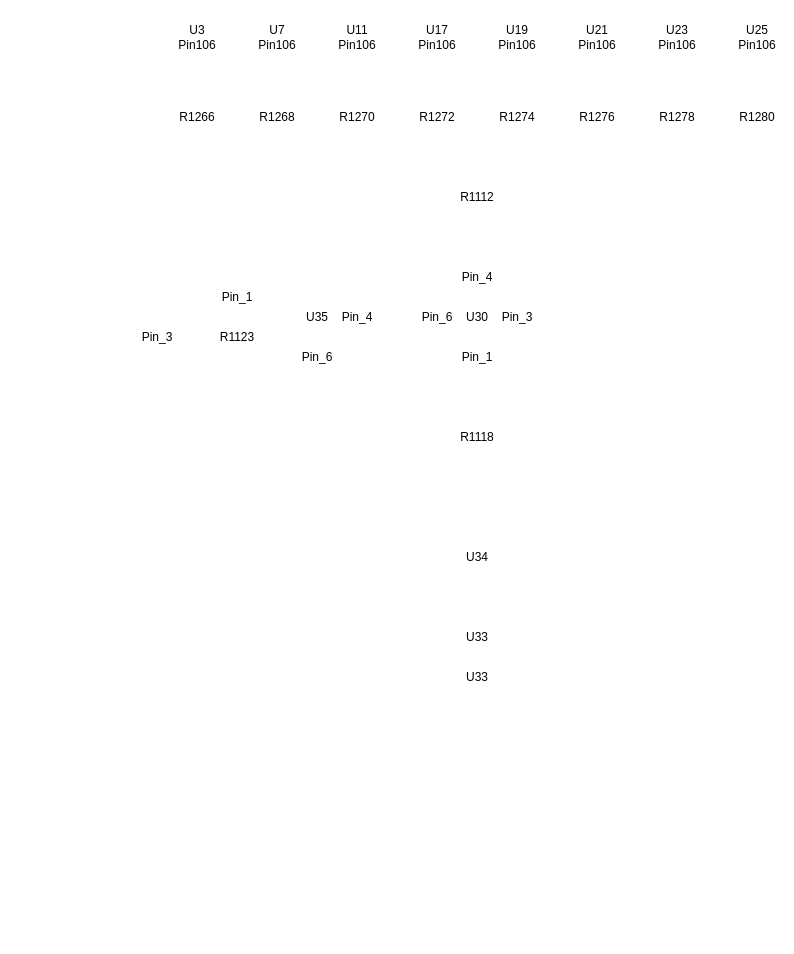
Before: AI_QC.drawio in lkebnl/Draw_IO, a draw.io diagram. Source tidied: cells renumbered, new cells numbered last; positions are measured from the earlier drawing's top-left corner, leaving out a move shared by most shapes. Both pictures are drawn from the tidied source at 100%, with x=0, y=0 at pixel (137, 17).
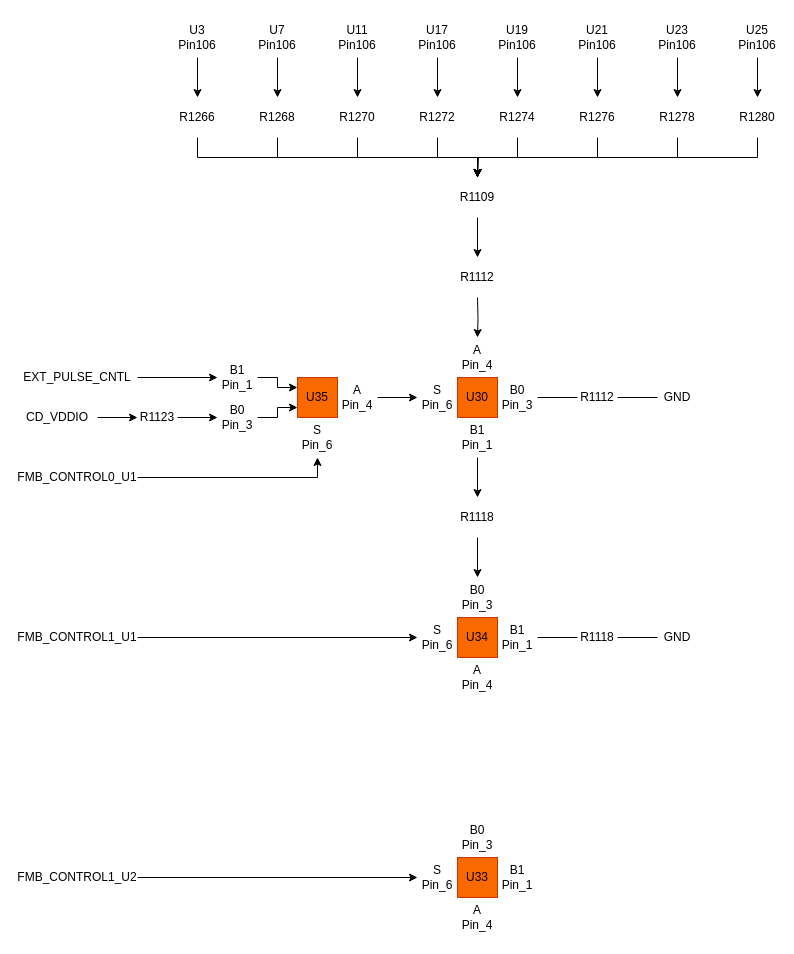
The same diagram, later.

The change refers to these unchanged cells:
```xml
<mxCell id="2" value="U3&lt;div&gt;Pin106&lt;/div&gt;" style="text;html=1;align=center;verticalAlign=middle;whiteSpace=wrap;rounded=0;" parent="1" vertex="1">
  <mxGeometry x="40" width="40" height="40" as="geometry" />
</mxCell>
<mxCell id="3" value="U7&lt;div&gt;Pin106&lt;/div&gt;" style="text;html=1;align=center;verticalAlign=middle;whiteSpace=wrap;rounded=0;" parent="1" vertex="1">
  <mxGeometry x="120" width="40" height="40" as="geometry" />
</mxCell>
<mxCell id="4" value="U11&lt;div&gt;Pin106&lt;/div&gt;" style="text;html=1;align=center;verticalAlign=middle;whiteSpace=wrap;rounded=0;" parent="1" vertex="1">
  <mxGeometry x="200" width="40" height="40" as="geometry" />
</mxCell>
<mxCell id="5" value="U17&lt;div&gt;Pin106&lt;/div&gt;" style="text;html=1;align=center;verticalAlign=middle;whiteSpace=wrap;rounded=0;" parent="1" vertex="1">
  <mxGeometry x="280" width="40" height="40" as="geometry" />
</mxCell>
<mxCell id="6" value="U19&lt;div&gt;Pin106&lt;/div&gt;" style="text;html=1;align=center;verticalAlign=middle;whiteSpace=wrap;rounded=0;" parent="1" vertex="1">
  <mxGeometry x="360" width="40" height="40" as="geometry" />
</mxCell>
<mxCell id="7" value="R1266" style="text;html=1;align=center;verticalAlign=middle;whiteSpace=wrap;rounded=0;" parent="1" vertex="1">
  <mxGeometry x="40" y="80" width="40" height="40" as="geometry" />
</mxCell>
<mxCell id="8" value="R1268" style="text;html=1;align=center;verticalAlign=middle;whiteSpace=wrap;rounded=0;" parent="1" vertex="1">
  <mxGeometry x="120" y="80" width="40" height="40" as="geometry" />
</mxCell>
<mxCell id="9" value="R1270" style="text;html=1;align=center;verticalAlign=middle;whiteSpace=wrap;rounded=0;" parent="1" vertex="1">
  <mxGeometry x="200" y="80" width="40" height="40" as="geometry" />
</mxCell>
<mxCell id="10" value="R1272" style="text;html=1;align=center;verticalAlign=middle;whiteSpace=wrap;rounded=0;" parent="1" vertex="1">
  <mxGeometry x="280" y="80" width="40" height="40" as="geometry" />
</mxCell>
<mxCell id="11" value="R1274" style="text;html=1;align=center;verticalAlign=middle;whiteSpace=wrap;rounded=0;" parent="1" vertex="1">
  <mxGeometry x="360" y="80" width="40" height="40" as="geometry" />
</mxCell>
<mxCell id="12" value="U21&lt;div&gt;Pin106&lt;/div&gt;" style="text;html=1;align=center;verticalAlign=middle;whiteSpace=wrap;rounded=0;" parent="1" vertex="1">
  <mxGeometry x="440" width="40" height="40" as="geometry" />
</mxCell>
<mxCell id="13" value="R1276" style="text;html=1;align=center;verticalAlign=middle;whiteSpace=wrap;rounded=0;" parent="1" vertex="1">
  <mxGeometry x="440" y="80" width="40" height="40" as="geometry" />
</mxCell>
<mxCell id="14" value="U23&lt;div&gt;Pin106&lt;/div&gt;" style="text;html=1;align=center;verticalAlign=middle;whiteSpace=wrap;rounded=0;" parent="1" vertex="1">
  <mxGeometry x="520" width="40" height="40" as="geometry" />
</mxCell>
<mxCell id="15" value="R1278" style="text;html=1;align=center;verticalAlign=middle;whiteSpace=wrap;rounded=0;" parent="1" vertex="1">
  <mxGeometry x="520" y="80" width="40" height="40" as="geometry" />
</mxCell>
<mxCell id="16" value="U25&lt;div&gt;Pin106&lt;/div&gt;" style="text;html=1;align=center;verticalAlign=middle;whiteSpace=wrap;rounded=0;" parent="1" vertex="1">
  <mxGeometry x="600" width="40" height="40" as="geometry" />
</mxCell>
<mxCell id="17" value="R1280" style="text;html=1;align=center;verticalAlign=middle;whiteSpace=wrap;rounded=0;" parent="1" vertex="1">
  <mxGeometry x="600" y="80" width="40" height="40" as="geometry" />
</mxCell>
```

Change to the diagram source:
```diff
@@
+    <mxCell id="34" style="edgeStyle=orthogonalEdgeStyle;rounded=0;jettySize=auto;html=1;exitX=0.5;exitY=1;exitDx=0;exitDy=0;" parent="1" edge="1" source="2" target="7">
+      <mxGeometry relative="1" as="geometry" />
+    </mxCell>
@@
+    <mxCell id="35" style="edgeStyle=orthogonalEdgeStyle;rounded=0;jettySize=auto;html=1;exitX=0.5;exitY=1;exitDx=0;exitDy=0;" parent="1" edge="1" source="3" target="8">
+      <mxGeometry relative="1" as="geometry" />
+    </mxCell>
@@
+    <mxCell id="36" style="edgeStyle=orthogonalEdgeStyle;rounded=0;jettySize=auto;html=1;exitX=0.5;exitY=1;exitDx=0;exitDy=0;entryX=0.5;entryY=0;entryDx=0;entryDy=0;" parent="1" edge="1" source="4" target="9">
+      <mxGeometry relative="1" as="geometry" />
+    </mxCell>
@@
+    <mxCell id="37" style="edgeStyle=orthogonalEdgeStyle;rounded=0;jettySize=auto;html=1;exitX=0.5;exitY=1;exitDx=0;exitDy=0;entryX=0.5;entryY=0;entryDx=0;entryDy=0;" parent="1" edge="1" source="5" target="10">
+      <mxGeometry relative="1" as="geometry" />
+    </mxCell>
@@
+    <mxCell id="38" style="edgeStyle=orthogonalEdgeStyle;rounded=0;jettySize=auto;html=1;exitX=0.5;exitY=1;exitDx=0;exitDy=0;entryX=0.5;entryY=0;entryDx=0;entryDy=0;" parent="1" edge="1" source="6" target="11">
+      <mxGeometry relative="1" as="geometry" />
+    </mxCell>
@@
+    <mxCell id="39" style="edgeStyle=orthogonalEdgeStyle;rounded=0;jettySize=auto;html=1;exitX=0.5;exitY=1;exitDx=0;exitDy=0;entryX=0.5;entryY=0;entryDx=0;entryDy=0;" parent="1" edge="1" source="7" target="18">
+      <mxGeometry relative="1" as="geometry" />
+    </mxCell>
@@
+    <mxCell id="40" style="edgeStyle=orthogonalEdgeStyle;rounded=0;jettySize=auto;html=1;exitX=0.5;exitY=1;exitDx=0;exitDy=0;entryX=0.5;entryY=0;entryDx=0;entryDy=0;" parent="1" edge="1" source="8" target="18">
+      <mxGeometry relative="1" as="geometry" />
+    </mxCell>
@@
+    <mxCell id="41" style="edgeStyle=orthogonalEdgeStyle;rounded=0;jettySize=auto;html=1;exitX=0.5;exitY=1;exitDx=0;exitDy=0;" parent="1" edge="1" source="9">
+      <mxGeometry relative="1" as="geometry">
+        <mxPoint x="340" y="160" as="targetPoint" />
+      </mxGeometry>
+    </mxCell>
@@
+    <mxCell id="42" style="edgeStyle=orthogonalEdgeStyle;rounded=0;jettySize=auto;html=1;exitX=0.5;exitY=1;exitDx=0;exitDy=0;" parent="1" edge="1" source="10">
+      <mxGeometry relative="1" as="geometry">
+        <mxPoint x="340" y="160" as="targetPoint" />
+      </mxGeometry>
+    </mxCell>
@@
+    <mxCell id="43" style="edgeStyle=orthogonalEdgeStyle;rounded=0;jettySize=auto;html=1;exitX=0.5;exitY=1;exitDx=0;exitDy=0;" parent="1" edge="1" source="11">
+      <mxGeometry relative="1" as="geometry">
+        <mxPoint x="340" y="160" as="targetPoint" />
+      </mxGeometry>
+    </mxCell>
@@
+    <mxCell id="44" style="edgeStyle=orthogonalEdgeStyle;rounded=0;jettySize=auto;html=1;exitX=0.5;exitY=1;exitDx=0;exitDy=0;entryX=0.5;entryY=0;entryDx=0;entryDy=0;" parent="1" edge="1" source="12" target="13">
+      <mxGeometry relative="1" as="geometry" />
+    </mxCell>
@@
+    <mxCell id="45" style="edgeStyle=orthogonalEdgeStyle;rounded=0;jettySize=auto;html=1;exitX=0.5;exitY=1;exitDx=0;exitDy=0;entryX=0.5;entryY=0;entryDx=0;entryDy=0;" parent="1" edge="1" source="13" target="18">
+      <mxGeometry relative="1" as="geometry" />
+    </mxCell>
@@
+    <mxCell id="46" style="edgeStyle=orthogonalEdgeStyle;rounded=0;jettySize=auto;html=1;exitX=0.5;exitY=1;exitDx=0;exitDy=0;entryX=0.5;entryY=0;entryDx=0;entryDy=0;" parent="1" edge="1" source="14" target="15">
+      <mxGeometry relative="1" as="geometry" />
+    </mxCell>
@@
+    <mxCell id="47" style="edgeStyle=orthogonalEdgeStyle;rounded=0;jettySize=auto;html=1;exitX=0.5;exitY=1;exitDx=0;exitDy=0;entryX=0.5;entryY=0;entryDx=0;entryDy=0;" parent="1" edge="1" source="15" target="18">
+      <mxGeometry relative="1" as="geometry" />
+    </mxCell>
@@
+    <mxCell id="48" style="edgeStyle=orthogonalEdgeStyle;rounded=0;jettySize=auto;html=1;exitX=0.5;exitY=1;exitDx=0;exitDy=0;entryX=0.5;entryY=0;entryDx=0;entryDy=0;" parent="1" edge="1" source="16" target="17">
+      <mxGeometry relative="1" as="geometry" />
+    </mxCell>
@@
+    <mxCell id="49" style="edgeStyle=orthogonalEdgeStyle;rounded=0;jettySize=auto;html=1;exitX=0.5;exitY=1;exitDx=0;exitDy=0;entryX=0.5;entryY=0;entryDx=0;entryDy=0;" parent="1" edge="1" source="17" target="18">
+      <mxGeometry relative="1" as="geometry" />
+    </mxCell>
@@
+    <mxCell id="50" style="edgeStyle=orthogonalEdgeStyle;rounded=0;jettySize=auto;html=1;exitX=0.5;exitY=1;exitDx=0;exitDy=0;entryX=0.5;entryY=0;entryDx=0;entryDy=0;" parent="1" edge="1" target="26">
+      <mxGeometry relative="1" as="geometry">
+        <mxPoint x="340" y="280" as="sourcePoint" />
+      </mxGeometry>
+    </mxCell>
+    <mxCell id="51" style="edgeStyle=orthogonalEdgeStyle;rounded=0;jettySize=auto;html=1;exitX=0.5;exitY=1;exitDx=0;exitDy=0;entryX=0.5;entryY=0;entryDx=0;entryDy=0;" parent="1" edge="1" source="18" target="68">
+      <mxGeometry relative="1" as="geometry" />
+    </mxCell>
-    <mxCell id="18" value="R1112" style="text;html=1;align=center;verticalAlign=middle;whiteSpace=wrap;rounded=0;" parent="1" vertex="1">
+    <mxCell id="18" value="R1109" style="text;html=1;align=center;verticalAlign=middle;whiteSpace=wrap;rounded=0;" parent="1" vertex="1">
       <mxGeometry x="320" y="160" width="40" height="40" as="geometry" />
     </mxCell>
-    <mxCell id="19" value="U30" style="text;html=1;align=center;verticalAlign=middle;whiteSpace=wrap;rounded=0;" parent="1" vertex="1">
-      <mxGeometry x="320" y="280" width="40" height="40" as="geometry" />
+    <mxCell id="19" value="U30" style="text;html=1;align=center;verticalAlign=middle;whiteSpace=wrap;rounded=0;fillColor=#fa6800;fontColor=#000000;strokeColor=#C73500;" parent="1" vertex="1">
+      <mxGeometry x="320" y="360" width="40" height="40" as="geometry" />
     </mxCell>
+    <mxCell id="52" style="edgeStyle=orthogonalEdgeStyle;rounded=0;jettySize=auto;html=1;exitX=0.5;exitY=1;exitDx=0;exitDy=0;entryX=0.5;entryY=0;entryDx=0;entryDy=0;" parent="1" edge="1" source="20" target="66">
+      <mxGeometry relative="1" as="geometry" />
+    </mxCell>
     <mxCell id="20" value="R1118" style="text;html=1;align=center;verticalAlign=middle;whiteSpace=wrap;rounded=0;" parent="1" vertex="1">
-      <mxGeometry x="320" y="400" width="40" height="40" as="geometry" />
+      <mxGeometry x="320" y="480" width="40" height="40" as="geometry" />
     </mxCell>
-    <mxCell id="21" value="U34" style="text;html=1;align=center;verticalAlign=middle;whiteSpace=wrap;rounded=0;" parent="1" vertex="1">
-      <mxGeometry x="320" y="520" width="40" height="40" as="geometry" />
+    <mxCell id="21" value="U34" style="text;html=1;align=center;verticalAlign=middle;whiteSpace=wrap;rounded=0;fillColor=#fa6800;fontColor=#000000;strokeColor=#C73500;" parent="1" vertex="1">
+      <mxGeometry x="320" y="600" width="40" height="40" as="geometry" />
     </mxCell>
-    <mxCell id="22" value="U33" style="text;html=1;align=center;verticalAlign=middle;whiteSpace=wrap;rounded=0;" parent="1" vertex="1">
-      <mxGeometry x="320" y="600" width="40" height="40" as="geometry" />
+    <mxCell id="22" value="U33" style="text;html=1;align=center;verticalAlign=middle;whiteSpace=wrap;rounded=0;fillColor=#fa6800;fontColor=#000000;strokeColor=#C73500;" parent="1" vertex="1">
+      <mxGeometry x="320" y="840" width="40" height="40" as="geometry" />
     </mxCell>
-    <mxCell id="23" value="U33" style="text;html=1;align=center;verticalAlign=middle;whiteSpace=wrap;rounded=0;" parent="1" vertex="1">
-      <mxGeometry x="320" y="640" width="40" height="40" as="geometry" />
-    </mxCell>
-    <mxCell id="24" value="U35" style="text;html=1;align=center;verticalAlign=middle;whiteSpace=wrap;rounded=0;" parent="1" vertex="1">
-      <mxGeometry x="160" y="280" width="40" height="40" as="geometry" />
+    <mxCell id="24" value="U35" style="text;html=1;align=center;verticalAlign=middle;whiteSpace=wrap;rounded=0;fillColor=#fa6800;fontColor=#000000;strokeColor=#C73500;" parent="1" vertex="1">
+      <mxGeometry x="160" y="360" width="40" height="40" as="geometry" />
     </mxCell>
+    <mxCell id="53" style="edgeStyle=orthogonalEdgeStyle;rounded=0;jettySize=auto;html=1;exitX=1;exitY=0.5;exitDx=0;exitDy=0;entryX=0;entryY=0.75;entryDx=0;entryDy=0;" parent="1" edge="1" source="25" target="24">
+      <mxGeometry relative="1" as="geometry" />
+    </mxCell>
-    <mxCell id="25" value="R1123" style="text;html=1;align=center;verticalAlign=middle;whiteSpace=wrap;rounded=0;" parent="1" vertex="1">
-      <mxGeometry x="80" y="300" width="40" height="40" as="geometry" />
+    <mxCell id="25" value="B0&lt;div&gt;Pin_3&lt;/div&gt;" style="text;html=1;align=center;verticalAlign=middle;whiteSpace=wrap;rounded=0;" parent="1" vertex="1">
+      <mxGeometry x="80" y="380" width="40" height="40" as="geometry" />
     </mxCell>
-    <mxCell id="26" value="Pin_4" style="text;html=1;align=center;verticalAlign=middle;whiteSpace=wrap;rounded=0;" parent="1" vertex="1">
-      <mxGeometry x="320" y="240" width="40" height="40" as="geometry" />
+    <mxCell id="26" value="A&lt;div&gt;Pin_4&lt;/div&gt;" style="text;html=1;align=center;verticalAlign=middle;whiteSpace=wrap;rounded=0;" parent="1" vertex="1">
+      <mxGeometry x="320" y="320" width="40" height="40" as="geometry" />
     </mxCell>
-    <mxCell id="27" value="Pin_6" style="text;html=1;align=center;verticalAlign=middle;whiteSpace=wrap;rounded=0;" parent="1" vertex="1">
-      <mxGeometry x="280" y="280" width="40" height="40" as="geometry" />
+    <mxCell id="27" value="S&lt;div&gt;Pin_6&lt;/div&gt;" style="text;html=1;align=center;verticalAlign=middle;whiteSpace=wrap;rounded=0;" parent="1" vertex="1">
+      <mxGeometry x="280" y="360" width="40" height="40" as="geometry" />
     </mxCell>
+    <mxCell id="54" style="edgeStyle=orthogonalEdgeStyle;rounded=0;jettySize=auto;html=1;exitX=1;exitY=0.5;exitDx=0;exitDy=0;entryX=0;entryY=0.5;entryDx=0;entryDy=0;" parent="1" edge="1" source="28" target="27">
+      <mxGeometry relative="1" as="geometry" />
+    </mxCell>
-    <mxCell id="28" value="Pin_4" style="text;html=1;align=center;verticalAlign=middle;whiteSpace=wrap;rounded=0;" parent="1" vertex="1">
-      <mxGeometry x="200" y="280" width="40" height="40" as="geometry" />
+    <mxCell id="28" value="A&lt;div&gt;Pin_4&lt;/div&gt;" style="text;html=1;align=center;verticalAlign=middle;whiteSpace=wrap;rounded=0;" parent="1" vertex="1">
+      <mxGeometry x="200" y="360" width="40" height="40" as="geometry" />
     </mxCell>
+    <mxCell id="55" style="edgeStyle=orthogonalEdgeStyle;rounded=0;jettySize=auto;html=1;exitX=0.5;exitY=1;exitDx=0;exitDy=0;entryX=0.5;entryY=0;entryDx=0;entryDy=0;" parent="1" edge="1" source="29" target="20">
+      <mxGeometry relative="1" as="geometry" />
+    </mxCell>
-    <mxCell id="29" value="Pin_1" style="text;html=1;align=center;verticalAlign=middle;whiteSpace=wrap;rounded=0;" parent="1" vertex="1">
-      <mxGeometry x="320" y="320" width="40" height="40" as="geometry" />
+    <mxCell id="29" value="B1&lt;div&gt;Pin_1&lt;/div&gt;" style="text;html=1;align=center;verticalAlign=middle;whiteSpace=wrap;rounded=0;" parent="1" vertex="1">
+      <mxGeometry x="320" y="400" width="40" height="40" as="geometry" />
     </mxCell>
+    <mxCell id="56" style="edgeStyle=orthogonalEdgeStyle;rounded=0;jettySize=auto;html=1;exitX=1;exitY=0.5;exitDx=0;exitDy=0;entryX=0;entryY=0.5;entryDx=0;entryDy=0;startArrow=none;startFill=0;endArrow=none;endFill=0;" parent="1" edge="1" source="30" target="60">
+      <mxGeometry relative="1" as="geometry" />
+    </mxCell>
-    <mxCell id="30" value="Pin_3" style="text;html=1;align=center;verticalAlign=middle;whiteSpace=wrap;rounded=0;" parent="1" vertex="1">
-      <mxGeometry x="360" y="280" width="40" height="40" as="geometry" />
+    <mxCell id="30" value="&lt;div&gt;B0&lt;/div&gt;Pin_3" style="text;html=1;align=center;verticalAlign=middle;whiteSpace=wrap;rounded=0;" parent="1" vertex="1">
+      <mxGeometry x="360" y="360" width="40" height="40" as="geometry" />
     </mxCell>
-    <mxCell id="31" value="Pin_6" style="text;html=1;align=center;verticalAlign=middle;whiteSpace=wrap;rounded=0;" parent="1" vertex="1">
-      <mxGeometry x="160" y="320" width="40" height="40" as="geometry" />
+    <mxCell id="31" value="S&lt;div&gt;Pin_6&lt;/div&gt;" style="text;html=1;align=center;verticalAlign=middle;whiteSpace=wrap;rounded=0;" parent="1" vertex="1">
+      <mxGeometry x="160" y="400" width="40" height="40" as="geometry" />
     </mxCell>
+    <mxCell id="57" style="edgeStyle=orthogonalEdgeStyle;rounded=0;jettySize=auto;html=1;exitX=1;exitY=0.5;exitDx=0;exitDy=0;entryX=0;entryY=0.25;entryDx=0;entryDy=0;" parent="1" edge="1" source="32" target="24">
+      <mxGeometry relative="1" as="geometry" />
+    </mxCell>
-    <mxCell id="32" value="Pin_1" style="text;html=1;align=center;verticalAlign=middle;whiteSpace=wrap;rounded=0;" parent="1" vertex="1">
-      <mxGeometry x="80" y="260" width="40" height="40" as="geometry" />
+    <mxCell id="32" value="B1&lt;div&gt;Pin_1&lt;/div&gt;" style="text;html=1;align=center;verticalAlign=middle;whiteSpace=wrap;rounded=0;" parent="1" vertex="1">
+      <mxGeometry x="80" y="340" width="40" height="40" as="geometry" />
     </mxCell>
+    <mxCell id="58" style="edgeStyle=orthogonalEdgeStyle;rounded=0;jettySize=auto;html=1;exitX=1;exitY=0.5;exitDx=0;exitDy=0;entryX=0;entryY=0.5;entryDx=0;entryDy=0;" parent="1" edge="1" source="33" target="25">
+      <mxGeometry relative="1" as="geometry" />
+    </mxCell>
-    <mxCell id="33" value="Pin_3" style="text;html=1;align=center;verticalAlign=middle;whiteSpace=wrap;rounded=0;" parent="1" vertex="1">
-      <mxGeometry y="300" width="40" height="40" as="geometry" />
+    <mxCell id="33" value="R1123" style="text;html=1;align=center;verticalAlign=middle;whiteSpace=wrap;rounded=0;" parent="1" vertex="1">
+      <mxGeometry y="380" width="40" height="40" as="geometry" />
     </mxCell>
+    <mxCell id="59" style="edgeStyle=orthogonalEdgeStyle;rounded=0;jettySize=auto;html=1;exitX=1;exitY=0.5;exitDx=0;exitDy=0;entryX=0;entryY=0.5;entryDx=0;entryDy=0;endArrow=none;endFill=0;" parent="1" edge="1" source="60" target="61">
+      <mxGeometry relative="1" as="geometry" />
+    </mxCell>
+    <mxCell id="60" value="R1112" style="text;html=1;align=center;verticalAlign=middle;whiteSpace=wrap;rounded=0;" parent="1" vertex="1">
+      <mxGeometry x="440" y="360" width="40" height="40" as="geometry" />
+    </mxCell>
+    <mxCell id="61" value="GND" style="text;html=1;align=center;verticalAlign=middle;whiteSpace=wrap;rounded=0;" parent="1" vertex="1">
+      <mxGeometry x="520" y="360" width="40" height="40" as="geometry" />
+    </mxCell>
+    <mxCell id="62" style="edgeStyle=orthogonalEdgeStyle;rounded=0;jettySize=auto;html=1;exitX=1;exitY=0.5;exitDx=0;exitDy=0;entryX=0;entryY=0.5;entryDx=0;entryDy=0;" parent="1" edge="1" source="63" target="32">
+      <mxGeometry relative="1" as="geometry" />
+    </mxCell>
+    <mxCell id="63" value="EXT_&lt;span style=&quot;background-color: transparent; color: light-dark(rgb(0, 0, 0), rgb(255, 255, 255));&quot;&gt;PULSE_&lt;/span&gt;&lt;span style=&quot;background-color: transparent; color: light-dark(rgb(0, 0, 0), rgb(255, 255, 255));&quot;&gt;CNTL&lt;/span&gt;" style="text;html=1;align=center;verticalAlign=middle;whiteSpace=wrap;rounded=0;" parent="1" vertex="1">
+      <mxGeometry x="-120" y="340" width="120" height="40" as="geometry" />
+    </mxCell>
+    <mxCell id="64" style="edgeStyle=orthogonalEdgeStyle;rounded=0;jettySize=auto;html=1;exitX=1;exitY=0.5;exitDx=0;exitDy=0;" parent="1" edge="1" source="65" target="33">
+      <mxGeometry relative="1" as="geometry" />
+    </mxCell>
+    <mxCell id="65" value="CD_VDDIO" style="text;html=1;align=center;verticalAlign=middle;whiteSpace=wrap;rounded=0;" parent="1" vertex="1">
+      <mxGeometry x="-120" y="380" width="80" height="40" as="geometry" />
+    </mxCell>
+    <mxCell id="66" value="&lt;div&gt;B0&lt;/div&gt;Pin_3" style="text;html=1;align=center;verticalAlign=middle;whiteSpace=wrap;rounded=0;" parent="1" vertex="1">
+      <mxGeometry x="320" y="560" width="40" height="40" as="geometry" />
+    </mxCell>
+    <mxCell id="67" value="A&lt;div&gt;Pin_4&lt;/div&gt;" style="text;html=1;align=center;verticalAlign=middle;whiteSpace=wrap;rounded=0;" parent="1" vertex="1">
+      <mxGeometry x="320" y="640" width="40" height="40" as="geometry" />
+    </mxCell>
+    <mxCell id="68" value="R1112" style="text;html=1;align=center;verticalAlign=middle;whiteSpace=wrap;rounded=0;" parent="1" vertex="1">
+      <mxGeometry x="320" y="240" width="40" height="40" as="geometry" />
+    </mxCell>
+    <mxCell id="69" value="B1&lt;div&gt;Pin_1&lt;/div&gt;" style="text;html=1;align=center;verticalAlign=middle;whiteSpace=wrap;rounded=0;" parent="1" vertex="1">
+      <mxGeometry x="360" y="600" width="40" height="40" as="geometry" />
+    </mxCell>
+    <mxCell id="70" style="edgeStyle=orthogonalEdgeStyle;rounded=0;jettySize=auto;html=1;exitX=1;exitY=0.5;exitDx=0;exitDy=0;entryX=0;entryY=0.5;entryDx=0;entryDy=0;endArrow=none;endFill=0;" parent="1" edge="1" source="72" target="73">
+      <mxGeometry relative="1" as="geometry" />
+    </mxCell>
+    <mxCell id="71" style="edgeStyle=orthogonalEdgeStyle;rounded=0;jettySize=auto;html=1;exitX=0;exitY=0.5;exitDx=0;exitDy=0;entryX=1;entryY=0.5;entryDx=0;entryDy=0;endArrow=none;endFill=0;" parent="1" edge="1" source="72" target="69">
+      <mxGeometry relative="1" as="geometry" />
+    </mxCell>
+    <mxCell id="72" value="R1118" style="text;html=1;align=center;verticalAlign=middle;whiteSpace=wrap;rounded=0;" parent="1" vertex="1">
+      <mxGeometry x="440" y="600" width="40" height="40" as="geometry" />
+    </mxCell>
+    <mxCell id="73" value="GND" style="text;html=1;align=center;verticalAlign=middle;whiteSpace=wrap;rounded=0;" parent="1" vertex="1">
+      <mxGeometry x="520" y="600" width="40" height="40" as="geometry" />
+    </mxCell>
+    <mxCell id="74" value="S&lt;div&gt;Pin_6&lt;/div&gt;" style="text;html=1;align=center;verticalAlign=middle;whiteSpace=wrap;rounded=0;" parent="1" vertex="1">
+      <mxGeometry x="280" y="600" width="40" height="40" as="geometry" />
+    </mxCell>
+    <mxCell id="75" style="edgeStyle=orthogonalEdgeStyle;rounded=0;jettySize=auto;html=1;exitX=1;exitY=0.5;exitDx=0;exitDy=0;entryX=0.5;entryY=1;entryDx=0;entryDy=0;" parent="1" edge="1" source="76" target="31">
+      <mxGeometry relative="1" as="geometry" />
+    </mxCell>
+    <mxCell id="76" value="FMB_CONTROL0_U1" style="text;html=1;align=center;verticalAlign=middle;whiteSpace=wrap;rounded=0;" parent="1" vertex="1">
+      <mxGeometry x="-120" y="440" width="120" height="40" as="geometry" />
+    </mxCell>
+    <mxCell id="77" style="edgeStyle=orthogonalEdgeStyle;rounded=0;jettySize=auto;html=1;exitX=1;exitY=0.5;exitDx=0;exitDy=0;" parent="1" edge="1" source="78" target="74">
+      <mxGeometry relative="1" as="geometry" />
+    </mxCell>
+    <mxCell id="78" value="FMB_CONTROL1_U1" style="text;html=1;align=center;verticalAlign=middle;whiteSpace=wrap;rounded=0;" parent="1" vertex="1">
+      <mxGeometry x="-120" y="600" width="120" height="40" as="geometry" />
+    </mxCell>
+    <mxCell id="79" value="&lt;div&gt;B0&lt;/div&gt;Pin_3" style="text;html=1;align=center;verticalAlign=middle;whiteSpace=wrap;rounded=0;" parent="1" vertex="1">
+      <mxGeometry x="320" y="800" width="40" height="40" as="geometry" />
+    </mxCell>
+    <mxCell id="80" value="B1&lt;div&gt;Pin_1&lt;/div&gt;" style="text;html=1;align=center;verticalAlign=middle;whiteSpace=wrap;rounded=0;" parent="1" vertex="1">
+      <mxGeometry x="360" y="840" width="40" height="40" as="geometry" />
+    </mxCell>
+    <mxCell id="81" value="S&lt;div&gt;Pin_6&lt;/div&gt;" style="text;html=1;align=center;verticalAlign=middle;whiteSpace=wrap;rounded=0;" parent="1" vertex="1">
+      <mxGeometry x="280" y="840" width="40" height="40" as="geometry" />
+    </mxCell>
+    <mxCell id="82" value="A&lt;div&gt;Pin_4&lt;/div&gt;" style="text;html=1;align=center;verticalAlign=middle;whiteSpace=wrap;rounded=0;" parent="1" vertex="1">
+      <mxGeometry x="320" y="880" width="40" height="40" as="geometry" />
+    </mxCell>
+    <mxCell id="83" style="edgeStyle=orthogonalEdgeStyle;rounded=0;jettySize=auto;html=1;exitX=1;exitY=0.5;exitDx=0;exitDy=0;entryX=0;entryY=0.5;entryDx=0;entryDy=0;" parent="1" edge="1" source="84" target="81">
+      <mxGeometry relative="1" as="geometry" />
+    </mxCell>
+    <mxCell id="84" value="FMB_CONTROL1_U2" style="text;html=1;align=center;verticalAlign=middle;whiteSpace=wrap;rounded=0;" parent="1" vertex="1">
+      <mxGeometry x="-120" y="840" width="120" height="40" as="geometry" />
+    </mxCell>
```
